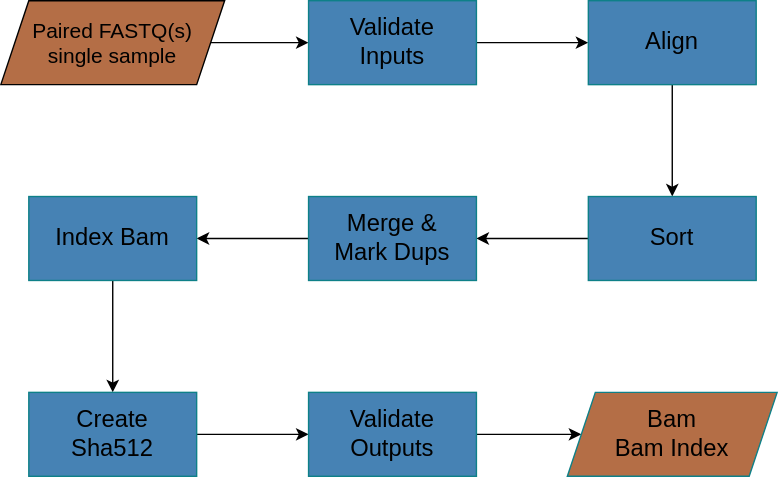
uclahs-cds/pipeline-align-DNA keeps this draw.io diagram as flowchart-diagram.drawio.svg. Above is the earlier version. Source tidied: cells renumbered, new cells last; positions are measured from the earlier drawing's top-left corner, leaving out a move shared by most shapes. Source of this version:
```xml
<mxGraphModel>
  <root>
    <mxCell id="0" />
    <mxCell id="1" parent="0" />
    <mxCell id="2" style="edgeStyle=orthogonalEdgeStyle;rounded=0;jettySize=auto;html=1;" parent="1" edge="1" source="3" target="5">
      <mxGeometry relative="1" as="geometry" />
    </mxCell>
    <mxCell id="3" value="Paired FASTQ(s)&lt;br style=&quot;font-size: 15px;&quot;&gt;single sample" style="shape=parallelogram;perimeter=parallelogramPerimeter;whiteSpace=wrap;html=1;fixedSize=1;fontSize=15;fillColor=#B46E46;" parent="1" vertex="1">
      <mxGeometry width="160" height="60" as="geometry" />
    </mxCell>
    <mxCell id="4" style="edgeStyle=orthogonalEdgeStyle;rounded=0;jettySize=auto;html=1;fontSize=15;" parent="1" edge="1" source="5" target="7">
      <mxGeometry relative="1" as="geometry" />
    </mxCell>
    <mxCell id="5" value="Validate&lt;br style=&quot;font-size: 17px;&quot;&gt;Inputs" style="whiteSpace=wrap;html=1;strokeColor=#0e8088;fillColor=#4682B4;fontSize=17;" parent="1" vertex="1">
      <mxGeometry x="220" width="120" height="60" as="geometry" />
    </mxCell>
    <mxCell id="6" style="edgeStyle=orthogonalEdgeStyle;rounded=0;jettySize=auto;html=1;fontSize=17;" parent="1" edge="1" source="7" target="9">
      <mxGeometry relative="1" as="geometry" />
    </mxCell>
    <mxCell id="7" value="Align" style="whiteSpace=wrap;html=1;fontSize=17;strokeColor=#0e8088;fillColor=#4682B4;" parent="1" vertex="1">
      <mxGeometry x="420" width="120" height="60" as="geometry" />
    </mxCell>
    <mxCell id="8" style="edgeStyle=orthogonalEdgeStyle;rounded=0;jettySize=auto;html=1;fontSize=17;" parent="1" edge="1" source="9" target="11">
      <mxGeometry relative="1" as="geometry" />
    </mxCell>
    <mxCell id="9" value="Sort" style="whiteSpace=wrap;html=1;fontSize=17;strokeColor=#0e8088;fillColor=#4682B4;" parent="1" vertex="1">
      <mxGeometry x="420" y="140" width="120" height="60" as="geometry" />
    </mxCell>
    <mxCell id="10" style="edgeStyle=orthogonalEdgeStyle;rounded=0;jettySize=auto;html=1;fontSize=17;" parent="1" edge="1" source="11" target="13">
      <mxGeometry relative="1" as="geometry" />
    </mxCell>
    <mxCell id="11" value="Merge &amp;amp;&lt;br&gt;Mark Dups" style="whiteSpace=wrap;html=1;fontSize=17;strokeColor=#0e8088;fillColor=#4682B4;" parent="1" vertex="1">
      <mxGeometry x="220" y="140" width="120" height="60" as="geometry" />
    </mxCell>
    <mxCell id="12" style="edgeStyle=orthogonalEdgeStyle;rounded=0;jettySize=auto;html=1;fontSize=17;" parent="1" edge="1" source="13" target="15">
      <mxGeometry relative="1" as="geometry" />
    </mxCell>
    <mxCell id="13" value="Index Bam" style="whiteSpace=wrap;html=1;fontSize=17;strokeColor=#0e8088;fillColor=#4682B4;" parent="1" vertex="1">
      <mxGeometry x="20" y="140" width="120" height="60" as="geometry" />
    </mxCell>
    <mxCell id="14" style="edgeStyle=orthogonalEdgeStyle;rounded=0;jettySize=auto;html=1;fontSize=17;" parent="1" edge="1" source="15" target="17">
      <mxGeometry relative="1" as="geometry" />
    </mxCell>
    <mxCell id="15" value="Create&lt;br&gt;Sha512" style="whiteSpace=wrap;html=1;fontSize=17;strokeColor=#0e8088;fillColor=#4682B4;" parent="1" vertex="1">
      <mxGeometry x="20" y="280" width="120" height="60" as="geometry" />
    </mxCell>
    <mxCell id="16" style="edgeStyle=orthogonalEdgeStyle;rounded=0;jettySize=auto;html=1;fontSize=17;" parent="1" edge="1" source="17" target="18">
      <mxGeometry relative="1" as="geometry" />
    </mxCell>
    <mxCell id="17" value="Validate&lt;br&gt;Outputs" style="whiteSpace=wrap;html=1;fontSize=17;strokeColor=#0e8088;fillColor=#4682B4;" parent="1" vertex="1">
      <mxGeometry x="220" y="280" width="120" height="60" as="geometry" />
    </mxCell>
    <mxCell id="18" value="Bam&lt;br&gt;Bam Index" style="shape=parallelogram;perimeter=parallelogramPerimeter;whiteSpace=wrap;html=1;fixedSize=1;fontSize=17;strokeColor=#0e8088;fillColor=#b46e46;" parent="1" vertex="1">
      <mxGeometry x="405" y="280" width="150" height="60" as="geometry" />
    </mxCell>
  </root>
</mxGraphModel>
```
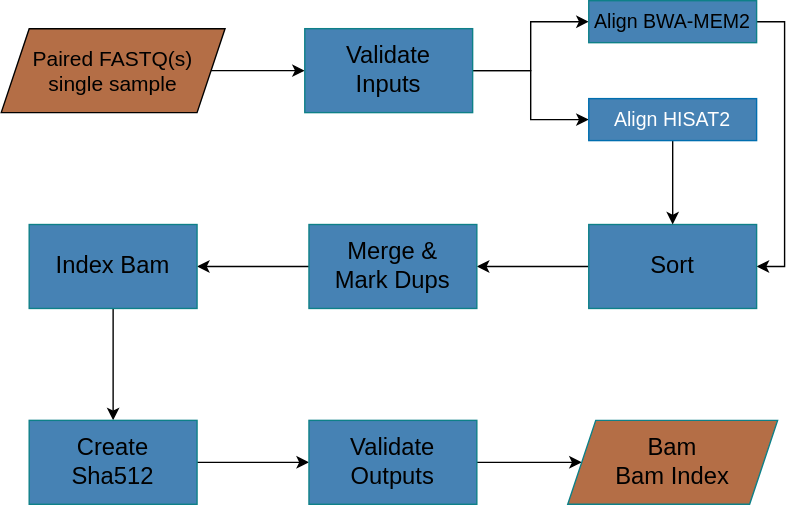
The same file after the commit.

Commit message:
Updated flowchart, outputs. Added hisat2 reference.

What changed in the source:
```diff
@@ -11,14 +11,17 @@
     <mxCell id="4" style="edgeStyle=orthogonalEdgeStyle;rounded=0;jettySize=auto;html=1;fontSize=15;" parent="1" edge="1" source="5" target="7">
       <mxGeometry relative="1" as="geometry" />
     </mxCell>
+    <mxCell id="19" style="edgeStyle=orthogonalEdgeStyle;rounded=0;jettySize=auto;html=1;exitX=1;exitY=0.5;exitDx=0;exitDy=0;entryX=0;entryY=0.5;entryDx=0;entryDy=0;" parent="1" edge="1" source="5" target="21">
+      <mxGeometry relative="1" as="geometry" />
+    </mxCell>
     <mxCell id="5" value="Validate&lt;br style=&quot;font-size: 17px;&quot;&gt;Inputs" style="whiteSpace=wrap;html=1;strokeColor=#0e8088;fillColor=#4682B4;fontSize=17;" parent="1" vertex="1">
-      <mxGeometry x="220" width="120" height="60" as="geometry" />
+      <mxGeometry x="217" width="120" height="60" as="geometry" />
     </mxCell>
-    <mxCell id="6" style="edgeStyle=orthogonalEdgeStyle;rounded=0;jettySize=auto;html=1;fontSize=17;" parent="1" edge="1" source="7" target="9">
+    <mxCell id="6" style="edgeStyle=orthogonalEdgeStyle;rounded=0;jettySize=auto;html=1;exitX=1;exitY=0.5;exitDx=0;exitDy=0;entryX=1;entryY=0.5;entryDx=0;entryDy=0;" parent="1" edge="1" source="7" target="9">
       <mxGeometry relative="1" as="geometry" />
     </mxCell>
-    <mxCell id="7" value="Align" style="whiteSpace=wrap;html=1;fontSize=17;strokeColor=#0e8088;fillColor=#4682B4;" parent="1" vertex="1">
-      <mxGeometry x="420" width="120" height="60" as="geometry" />
+    <mxCell id="7" value="&lt;font style=&quot;font-size: 14px&quot;&gt;Align BWA-MEM2&lt;/font&gt;" style="whiteSpace=wrap;html=1;fontSize=17;strokeColor=#0e8088;fillColor=#4682B4;" parent="1" vertex="1">
+      <mxGeometry x="420" y="-20" width="120" height="30" as="geometry" />
     </mxCell>
     <mxCell id="8" style="edgeStyle=orthogonalEdgeStyle;rounded=0;jettySize=auto;html=1;fontSize=17;" parent="1" edge="1" source="9" target="11">
       <mxGeometry relative="1" as="geometry" />
@@ -53,5 +56,11 @@
     <mxCell id="18" value="Bam&lt;br&gt;Bam Index" style="shape=parallelogram;perimeter=parallelogramPerimeter;whiteSpace=wrap;html=1;fixedSize=1;fontSize=17;strokeColor=#0e8088;fillColor=#b46e46;" parent="1" vertex="1">
       <mxGeometry x="405" y="280" width="150" height="60" as="geometry" />
     </mxCell>
+    <mxCell id="20" style="edgeStyle=orthogonalEdgeStyle;rounded=0;jettySize=auto;html=1;exitX=0.5;exitY=1;exitDx=0;exitDy=0;entryX=0.5;entryY=0;entryDx=0;entryDy=0;" parent="1" edge="1" source="21" target="9">
+      <mxGeometry relative="1" as="geometry" />
+    </mxCell>
+    <mxCell id="21" value="&lt;font style=&quot;font-size: 14px&quot;&gt;Align HISAT2&lt;/font&gt;" style="whiteSpace=wrap;html=1;strokeColor=#006EAF;fontColor=#ffffff;fillColor=#4682B4;" parent="1" vertex="1">
+      <mxGeometry x="420" y="50" width="120" height="30" as="geometry" />
+    </mxCell>
   </root>
 </mxGraphModel>
```
